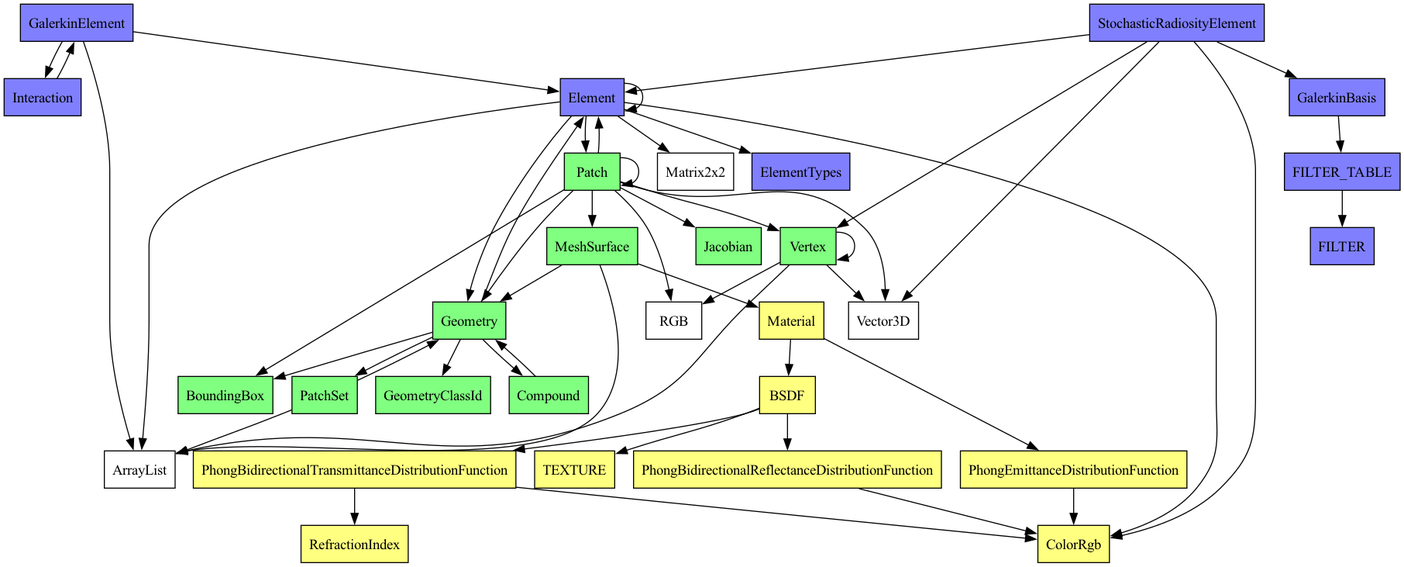
OscarChavarro/rpkCpp keeps this Graphviz diagram as doc/coreModelClasses.png. Above is the earlier version. Its source is kept beside it as doc/coreModelClasses.dot.
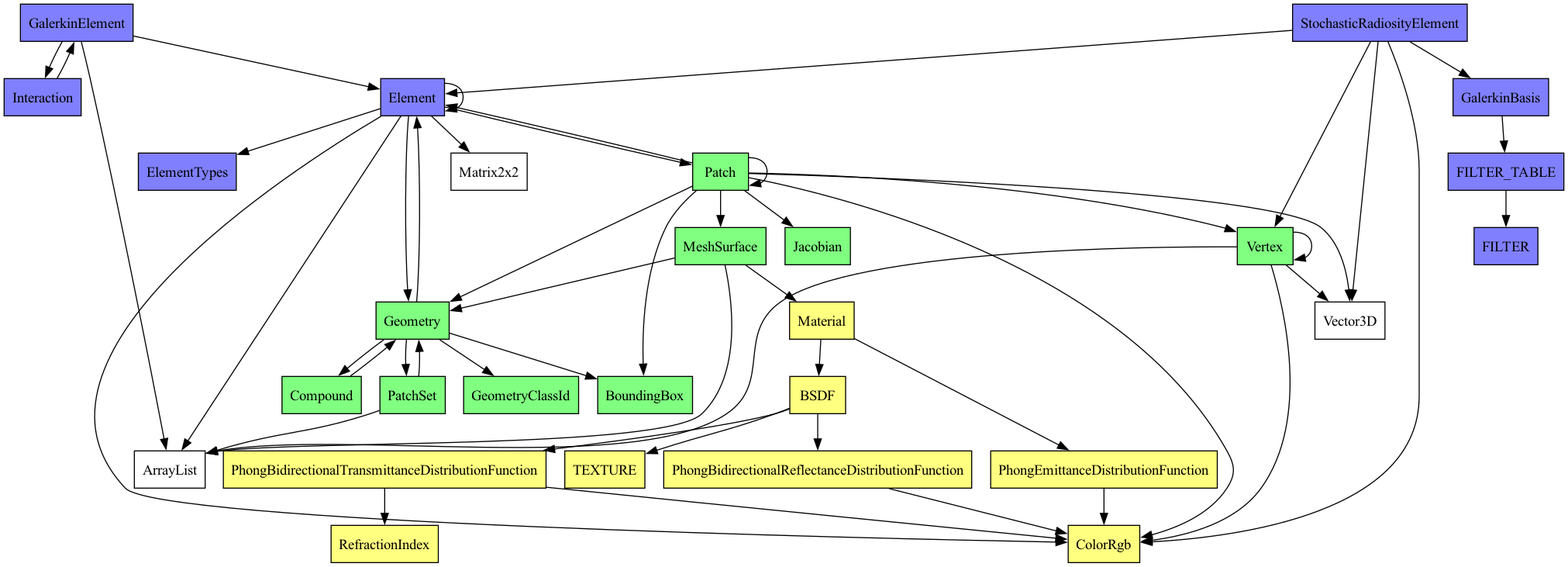
The same diagram one commit later.

Diff of the diagram source:
```diff
@@ -11,7 +11,6 @@
     ArrayList [shape=box];
     Vector3D [shape=box];
     Matrix2x2 [shape=box];
-    RGB [shape=box];
 
     Patch [shape=box, style=filled, fillcolor="#80ff80"];
     Geometry [shape=box, style=filled, fillcolor="#80ff80"];
@@ -33,7 +32,7 @@
     ColorRgb [shape=box, style=filled, fillcolor="#ffff80"];
 
     Vertex -> Vector3D;
-    Vertex -> RGB;
+    Vertex -> ColorRgb;
     Vertex -> ArrayList;
     Vertex -> Vertex;
     GalerkinBasis -> FILTER_TABLE;
@@ -59,7 +58,7 @@
     Patch -> BoundingBox;
     Patch -> Vector3D;
     Patch -> Jacobian;
-    Patch -> RGB;
+    Patch -> ColorRgb;
     Patch -> Element;
     Patch -> Geometry;
     Patch -> MeshSurface;
```
